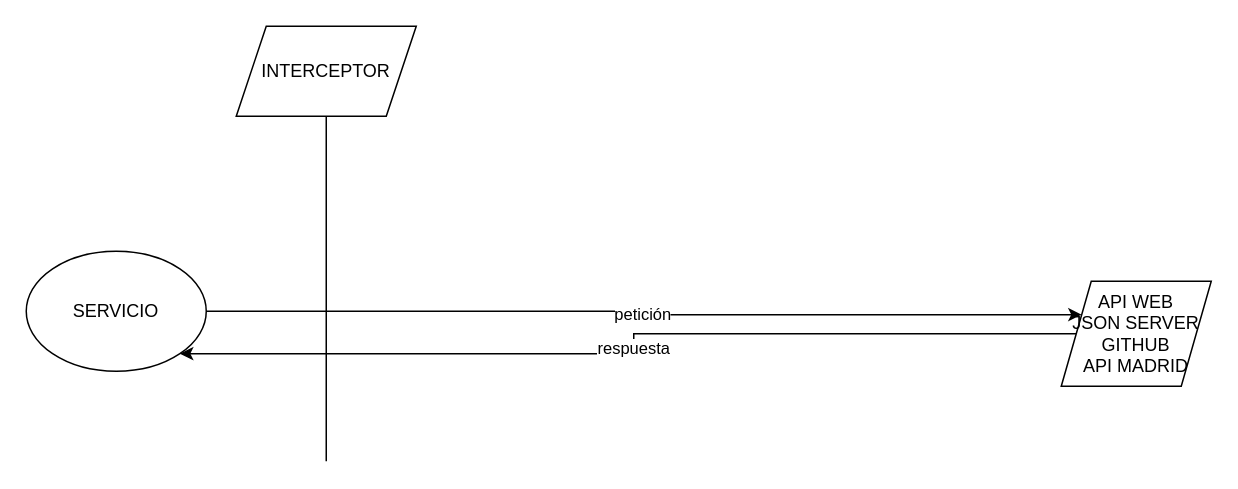
This is docu/INTERCEPTOR.drawio from Valexx55/AngularPani, a draw.io file, before an edit. Source tidied: cells renumbered, new cells numbered last; positions are measured from the earlier drawing's top-left corner, leaving out a move shared by most shapes. Both pictures are drawn from the tidied source at 150%, with x=0, y=0 at pixel (26, 26).
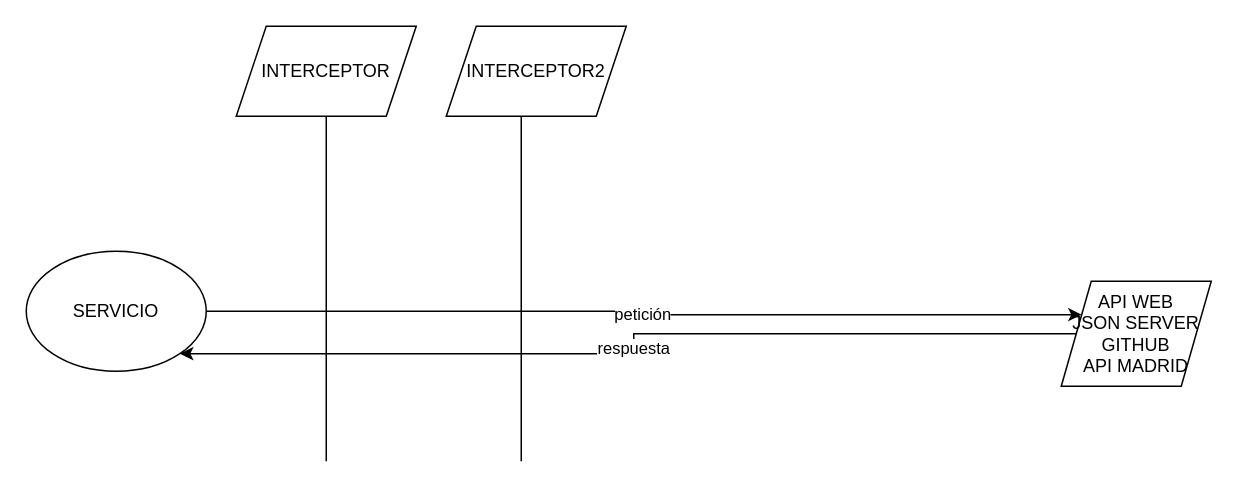
Above is the later version.

Diff of the diagram source:
```diff
@@
 <mxGraphModel>
   <root>
     <mxCell id="0" />
     <mxCell id="1" parent="0" />
     <mxCell id="2" value="petición" style="edgeStyle=orthogonalEdgeStyle;rounded=0;jettySize=auto;html=1;entryX=0;entryY=0.25;entryDx=0;entryDy=0;" parent="1" edge="1" source="3" target="5">
       <mxGeometry relative="1" as="geometry" />
     </mxCell>
     <mxCell id="3" value="SERVICIO" style="ellipse;whiteSpace=wrap;html=1;" parent="1" vertex="1">
       <mxGeometry y="150" width="120" height="80" as="geometry" />
     </mxCell>
     <mxCell id="4" value="respuesta" style="edgeStyle=orthogonalEdgeStyle;rounded=0;jettySize=auto;html=1;entryX=1;entryY=1;entryDx=0;entryDy=0;" parent="1" edge="1" source="5" target="3">
       <mxGeometry relative="1" as="geometry" />
     </mxCell>
     <mxCell id="5" value="API WEB&lt;br&gt;JSON SERVER&lt;br&gt;GITHUB&lt;br&gt;API MADRID" style="shape=parallelogram;perimeter=parallelogramPerimeter;whiteSpace=wrap;html=1;fixedSize=1;" parent="1" vertex="1">
       <mxGeometry x="690" y="170" width="100" height="70" as="geometry" />
     </mxCell>
     <mxCell id="6" style="endArrow=none;html=1;" parent="1" edge="1" target="7">
       <mxGeometry relative="1" as="geometry">
         <mxPoint x="200" y="290" as="sourcePoint" />
       </mxGeometry>
     </mxCell>
     <mxCell id="7" value="INTERCEPTOR" style="shape=parallelogram;perimeter=parallelogramPerimeter;whiteSpace=wrap;html=1;fixedSize=1;" parent="1" vertex="1">
       <mxGeometry x="140" width="120" height="60" as="geometry" />
     </mxCell>
+    <mxCell id="8" value="INTERCEPTOR2" style="shape=parallelogram;perimeter=parallelogramPerimeter;whiteSpace=wrap;html=1;fixedSize=1;" parent="1" vertex="1">
+      <mxGeometry x="280" width="120" height="60" as="geometry" />
+    </mxCell>
+    <mxCell id="9" style="endArrow=none;html=1;" parent="1" edge="1">
+      <mxGeometry relative="1" as="geometry">
+        <mxPoint x="330" y="290" as="sourcePoint" />
+        <mxPoint x="330" y="60" as="targetPoint" />
+      </mxGeometry>
+    </mxCell>
   </root>
 </mxGraphModel>
```
